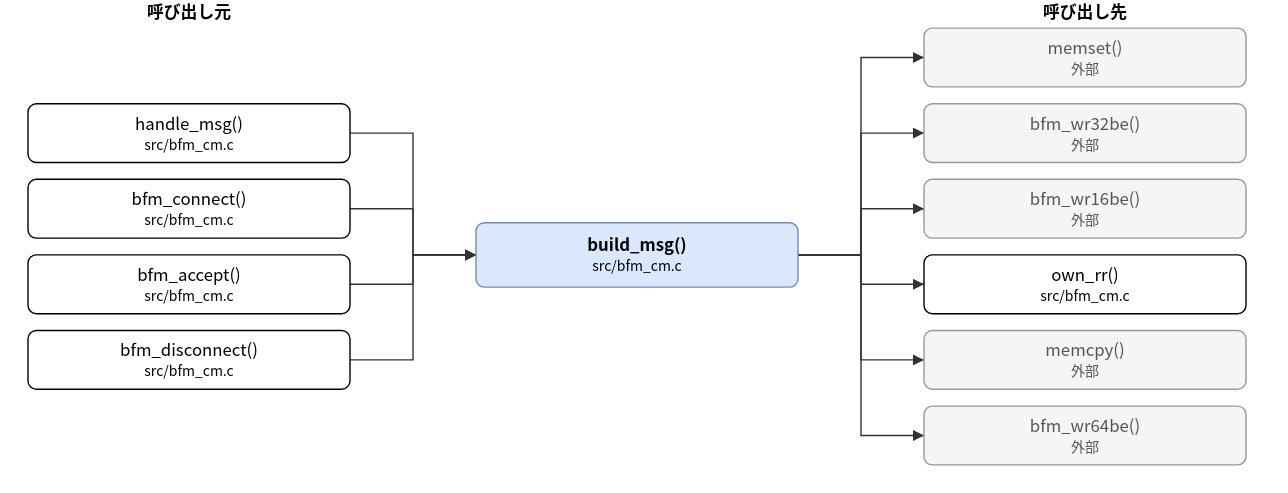
hf355051012-ai/bfmem keeps this draw.io diagram as doc/spec/images/call_src_bfm_cm-build_msg.drawio.svg. Above is the earlier version. Source tidied: cells renumbered, new cells last; positions are measured from the earlier drawing's top-left corner, leaving out a move shared by most shapes. Its diagram source:
```xml
<mxGraphModel>
  <root>
    <mxCell id="0" />
    <mxCell id="1" parent="0" />
    <mxCell id="2" value="build_msg()&lt;br&gt;&lt;font style=&quot;font-size:10px&quot;&gt;src/bfm_cm.c&lt;/font&gt;" style="rounded=1;whiteSpace=wrap;html=1;fillColor=#dae8fc;strokeColor=#6c8ebf;fontStyle=1;" parent="1" vertex="1">
      <mxGeometry x="320" y="159" width="230" height="46" as="geometry" />
    </mxCell>
    <mxCell id="3" value="handle_msg()&lt;br&gt;&lt;font style=&quot;font-size:10px&quot;&gt;src/bfm_cm.c&lt;/font&gt;" style="rounded=1;whiteSpace=wrap;html=1;" parent="1" vertex="1">
      <mxGeometry y="74" width="230" height="42" as="geometry" />
    </mxCell>
    <mxCell id="4" value="bfm_connect()&lt;br&gt;&lt;font style=&quot;font-size:10px&quot;&gt;src/bfm_cm.c&lt;/font&gt;" style="rounded=1;whiteSpace=wrap;html=1;" parent="1" vertex="1">
      <mxGeometry y="128" width="230" height="42" as="geometry" />
    </mxCell>
    <mxCell id="5" value="bfm_accept()&lt;br&gt;&lt;font style=&quot;font-size:10px&quot;&gt;src/bfm_cm.c&lt;/font&gt;" style="rounded=1;whiteSpace=wrap;html=1;" parent="1" vertex="1">
      <mxGeometry y="182" width="230" height="42" as="geometry" />
    </mxCell>
    <mxCell id="6" value="bfm_disconnect()&lt;br&gt;&lt;font style=&quot;font-size:10px&quot;&gt;src/bfm_cm.c&lt;/font&gt;" style="rounded=1;whiteSpace=wrap;html=1;" parent="1" vertex="1">
      <mxGeometry y="236" width="230" height="42" as="geometry" />
    </mxCell>
    <mxCell id="7" value="memset()&lt;br&gt;&lt;font style=&quot;font-size:10px&quot;&gt;外部&lt;/font&gt;" style="rounded=1;whiteSpace=wrap;html=1;fillColor=#f5f5f5;strokeColor=#999999;fontColor=#555555;" parent="1" vertex="1">
      <mxGeometry x="640" y="20" width="230" height="42" as="geometry" />
    </mxCell>
    <mxCell id="8" value="bfm_wr32be()&lt;br&gt;&lt;font style=&quot;font-size:10px&quot;&gt;外部&lt;/font&gt;" style="rounded=1;whiteSpace=wrap;html=1;fillColor=#f5f5f5;strokeColor=#999999;fontColor=#555555;" parent="1" vertex="1">
      <mxGeometry x="640" y="74" width="230" height="42" as="geometry" />
    </mxCell>
    <mxCell id="9" value="bfm_wr16be()&lt;br&gt;&lt;font style=&quot;font-size:10px&quot;&gt;外部&lt;/font&gt;" style="rounded=1;whiteSpace=wrap;html=1;fillColor=#f5f5f5;strokeColor=#999999;fontColor=#555555;" parent="1" vertex="1">
      <mxGeometry x="640" y="128" width="230" height="42" as="geometry" />
    </mxCell>
    <mxCell id="10" value="own_rr()&lt;br&gt;&lt;font style=&quot;font-size:10px&quot;&gt;src/bfm_cm.c&lt;/font&gt;" style="rounded=1;whiteSpace=wrap;html=1;" parent="1" vertex="1">
      <mxGeometry x="640" y="182" width="230" height="42" as="geometry" />
    </mxCell>
    <mxCell id="11" value="memcpy()&lt;br&gt;&lt;font style=&quot;font-size:10px&quot;&gt;外部&lt;/font&gt;" style="rounded=1;whiteSpace=wrap;html=1;fillColor=#f5f5f5;strokeColor=#999999;fontColor=#555555;" parent="1" vertex="1">
      <mxGeometry x="640" y="236" width="230" height="42" as="geometry" />
    </mxCell>
    <mxCell id="12" value="bfm_wr64be()&lt;br&gt;&lt;font style=&quot;font-size:10px&quot;&gt;外部&lt;/font&gt;" style="rounded=1;whiteSpace=wrap;html=1;fillColor=#f5f5f5;strokeColor=#999999;fontColor=#555555;" parent="1" vertex="1">
      <mxGeometry x="640" y="290" width="230" height="42" as="geometry" />
    </mxCell>
    <mxCell id="13" style="edgeStyle=none;html=1;rounded=0;endArrow=block;endFill=1;exitX=1.0000;exitY=0.5000;exitDx=0;exitDy=0;exitPerimeter=0;entryX=0.0000;entryY=0.5000;entryDx=0;entryDy=0;entryPerimeter=0;" parent="1" edge="1" source="3" target="2">
      <mxGeometry relative="1" as="geometry">
        <Array as="points">
          <mxPoint x="275" y="95" />
          <mxPoint x="275" y="182" />
        </Array>
      </mxGeometry>
    </mxCell>
    <mxCell id="14" style="edgeStyle=none;html=1;rounded=0;endArrow=block;endFill=1;exitX=1.0000;exitY=0.5000;exitDx=0;exitDy=0;exitPerimeter=0;entryX=0.0000;entryY=0.5000;entryDx=0;entryDy=0;entryPerimeter=0;" parent="1" edge="1" source="4" target="2">
      <mxGeometry relative="1" as="geometry">
        <Array as="points">
          <mxPoint x="275" y="149" />
          <mxPoint x="275" y="182" />
        </Array>
      </mxGeometry>
    </mxCell>
    <mxCell id="15" style="edgeStyle=none;html=1;rounded=0;endArrow=block;endFill=1;exitX=1.0000;exitY=0.5000;exitDx=0;exitDy=0;exitPerimeter=0;entryX=0.0000;entryY=0.5000;entryDx=0;entryDy=0;entryPerimeter=0;" parent="1" edge="1" source="5" target="2">
      <mxGeometry relative="1" as="geometry">
        <Array as="points">
          <mxPoint x="275" y="203" />
          <mxPoint x="275" y="182" />
        </Array>
      </mxGeometry>
    </mxCell>
    <mxCell id="16" style="edgeStyle=none;html=1;rounded=0;endArrow=block;endFill=1;exitX=1.0000;exitY=0.5000;exitDx=0;exitDy=0;exitPerimeter=0;entryX=0.0000;entryY=0.5000;entryDx=0;entryDy=0;entryPerimeter=0;" parent="1" edge="1" source="6" target="2">
      <mxGeometry relative="1" as="geometry">
        <Array as="points">
          <mxPoint x="275" y="257" />
          <mxPoint x="275" y="182" />
        </Array>
      </mxGeometry>
    </mxCell>
    <mxCell id="17" style="edgeStyle=none;html=1;rounded=0;endArrow=block;endFill=1;exitX=1.0000;exitY=0.5000;exitDx=0;exitDy=0;exitPerimeter=0;entryX=0.0000;entryY=0.5000;entryDx=0;entryDy=0;entryPerimeter=0;" parent="1" edge="1" source="2" target="7">
      <mxGeometry relative="1" as="geometry">
        <Array as="points">
          <mxPoint x="595" y="182" />
          <mxPoint x="595" y="41" />
        </Array>
      </mxGeometry>
    </mxCell>
    <mxCell id="18" style="edgeStyle=none;html=1;rounded=0;endArrow=block;endFill=1;exitX=1.0000;exitY=0.5000;exitDx=0;exitDy=0;exitPerimeter=0;entryX=0.0000;entryY=0.5000;entryDx=0;entryDy=0;entryPerimeter=0;" parent="1" edge="1" source="2" target="8">
      <mxGeometry relative="1" as="geometry">
        <Array as="points">
          <mxPoint x="595" y="182" />
          <mxPoint x="595" y="95" />
        </Array>
      </mxGeometry>
    </mxCell>
    <mxCell id="19" style="edgeStyle=none;html=1;rounded=0;endArrow=block;endFill=1;exitX=1.0000;exitY=0.5000;exitDx=0;exitDy=0;exitPerimeter=0;entryX=0.0000;entryY=0.5000;entryDx=0;entryDy=0;entryPerimeter=0;" parent="1" edge="1" source="2" target="9">
      <mxGeometry relative="1" as="geometry">
        <Array as="points">
          <mxPoint x="595" y="182" />
          <mxPoint x="595" y="149" />
        </Array>
      </mxGeometry>
    </mxCell>
    <mxCell id="20" style="edgeStyle=none;html=1;rounded=0;endArrow=block;endFill=1;exitX=1.0000;exitY=0.5000;exitDx=0;exitDy=0;exitPerimeter=0;entryX=0.0000;entryY=0.5000;entryDx=0;entryDy=0;entryPerimeter=0;" parent="1" edge="1" source="2" target="10">
      <mxGeometry relative="1" as="geometry">
        <Array as="points">
          <mxPoint x="595" y="182" />
          <mxPoint x="595" y="203" />
        </Array>
      </mxGeometry>
    </mxCell>
    <mxCell id="21" style="edgeStyle=none;html=1;rounded=0;endArrow=block;endFill=1;exitX=1.0000;exitY=0.5000;exitDx=0;exitDy=0;exitPerimeter=0;entryX=0.0000;entryY=0.5000;entryDx=0;entryDy=0;entryPerimeter=0;" parent="1" edge="1" source="2" target="11">
      <mxGeometry relative="1" as="geometry">
        <Array as="points">
          <mxPoint x="595" y="182" />
          <mxPoint x="595" y="257" />
        </Array>
      </mxGeometry>
    </mxCell>
    <mxCell id="22" style="edgeStyle=none;html=1;rounded=0;endArrow=block;endFill=1;exitX=1.0000;exitY=0.5000;exitDx=0;exitDy=0;exitPerimeter=0;entryX=0.0000;entryY=0.5000;entryDx=0;entryDy=0;entryPerimeter=0;" parent="1" edge="1" source="2" target="12">
      <mxGeometry relative="1" as="geometry">
        <Array as="points">
          <mxPoint x="595" y="182" />
          <mxPoint x="595" y="311" />
        </Array>
      </mxGeometry>
    </mxCell>
    <mxCell id="23" value="呼び出し元" style="text;html=1;align=center;fontStyle=1;" parent="1" vertex="1">
      <mxGeometry x="35" width="160" height="18" as="geometry" />
    </mxCell>
    <mxCell id="24" value="呼び出し先" style="text;html=1;align=center;fontStyle=1;" parent="1" vertex="1">
      <mxGeometry x="675" width="160" height="18" as="geometry" />
    </mxCell>
  </root>
</mxGraphModel>
```
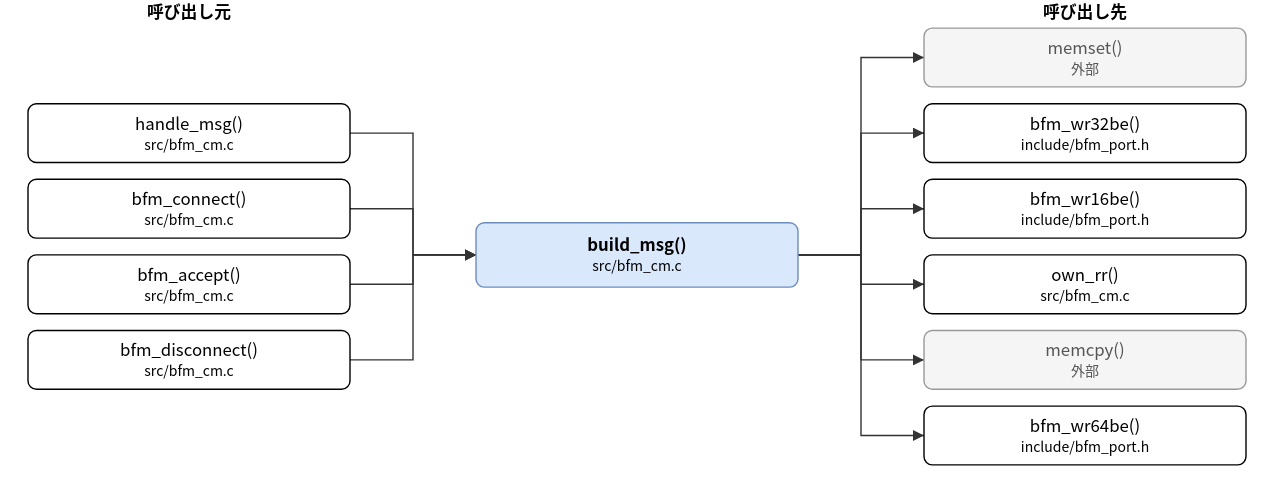
The same file after the commit.

Change to the diagram source:
```diff
@@ -20,10 +20,10 @@
     <mxCell id="7" value="memset()&lt;br&gt;&lt;font style=&quot;font-size:10px&quot;&gt;外部&lt;/font&gt;" style="rounded=1;whiteSpace=wrap;html=1;fillColor=#f5f5f5;strokeColor=#999999;fontColor=#555555;" parent="1" vertex="1">
       <mxGeometry x="640" y="20" width="230" height="42" as="geometry" />
     </mxCell>
-    <mxCell id="8" value="bfm_wr32be()&lt;br&gt;&lt;font style=&quot;font-size:10px&quot;&gt;外部&lt;/font&gt;" style="rounded=1;whiteSpace=wrap;html=1;fillColor=#f5f5f5;strokeColor=#999999;fontColor=#555555;" parent="1" vertex="1">
+    <mxCell id="8" value="bfm_wr32be()&lt;br&gt;&lt;font style=&quot;font-size:10px&quot;&gt;include/bfm_port.h&lt;/font&gt;" style="rounded=1;whiteSpace=wrap;html=1;" parent="1" vertex="1">
       <mxGeometry x="640" y="74" width="230" height="42" as="geometry" />
     </mxCell>
-    <mxCell id="9" value="bfm_wr16be()&lt;br&gt;&lt;font style=&quot;font-size:10px&quot;&gt;外部&lt;/font&gt;" style="rounded=1;whiteSpace=wrap;html=1;fillColor=#f5f5f5;strokeColor=#999999;fontColor=#555555;" parent="1" vertex="1">
+    <mxCell id="9" value="bfm_wr16be()&lt;br&gt;&lt;font style=&quot;font-size:10px&quot;&gt;include/bfm_port.h&lt;/font&gt;" style="rounded=1;whiteSpace=wrap;html=1;" parent="1" vertex="1">
       <mxGeometry x="640" y="128" width="230" height="42" as="geometry" />
     </mxCell>
     <mxCell id="10" value="own_rr()&lt;br&gt;&lt;font style=&quot;font-size:10px&quot;&gt;src/bfm_cm.c&lt;/font&gt;" style="rounded=1;whiteSpace=wrap;html=1;" parent="1" vertex="1">
@@ -32,7 +32,7 @@
     <mxCell id="11" value="memcpy()&lt;br&gt;&lt;font style=&quot;font-size:10px&quot;&gt;外部&lt;/font&gt;" style="rounded=1;whiteSpace=wrap;html=1;fillColor=#f5f5f5;strokeColor=#999999;fontColor=#555555;" parent="1" vertex="1">
       <mxGeometry x="640" y="236" width="230" height="42" as="geometry" />
     </mxCell>
-    <mxCell id="12" value="bfm_wr64be()&lt;br&gt;&lt;font style=&quot;font-size:10px&quot;&gt;外部&lt;/font&gt;" style="rounded=1;whiteSpace=wrap;html=1;fillColor=#f5f5f5;strokeColor=#999999;fontColor=#555555;" parent="1" vertex="1">
+    <mxCell id="12" value="bfm_wr64be()&lt;br&gt;&lt;font style=&quot;font-size:10px&quot;&gt;include/bfm_port.h&lt;/font&gt;" style="rounded=1;whiteSpace=wrap;html=1;" parent="1" vertex="1">
       <mxGeometry x="640" y="290" width="230" height="42" as="geometry" />
     </mxCell>
     <mxCell id="13" style="edgeStyle=none;html=1;rounded=0;endArrow=block;endFill=1;exitX=1.0000;exitY=0.5000;exitDx=0;exitDy=0;exitPerimeter=0;entryX=0.0000;entryY=0.5000;entryDx=0;entryDy=0;entryPerimeter=0;" parent="1" edge="1" source="3" target="2">
```
